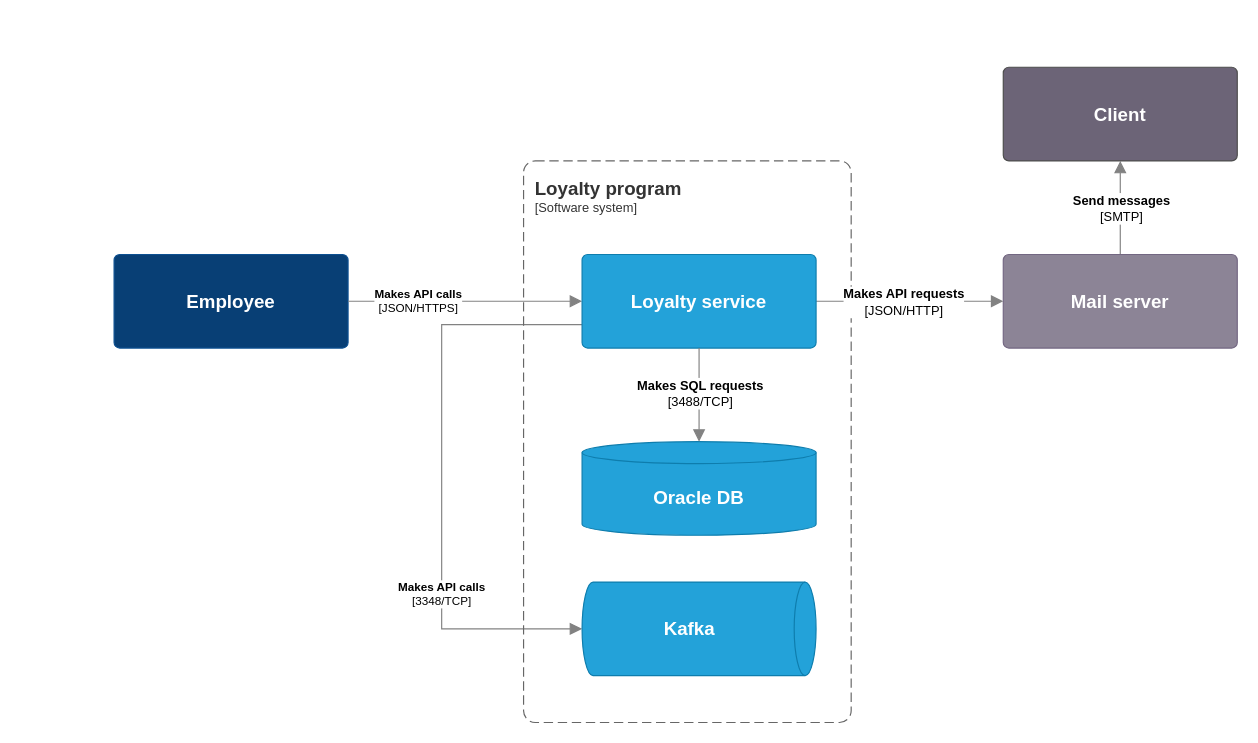
Above: page "minimal" (5 of 6) of c4.drawio in vadagama/c4-model-drawio-template (draw.io), before the change. Source tidied: cells renumbered, new cells numbered last; positions are measured from the earlier drawing's top-left corner, leaving out a move shared by most shapes. Both pictures are drawn from the tidied source at 117%, with x=0, y=0 at pixel (113, 67).
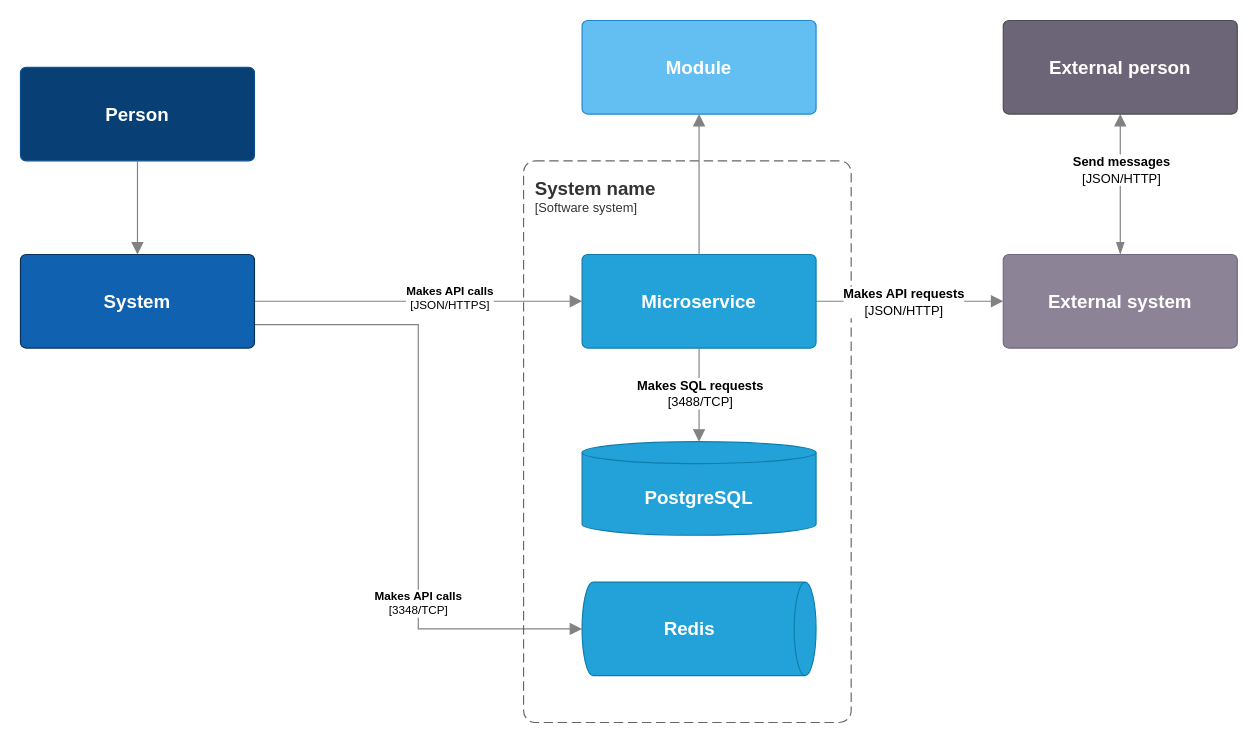
The same page after the edit.

Diff of the diagram source:
```diff
@@
-    <mxCell id="2" value="&lt;b&gt;Employee&lt;/b&gt;" style="rounded=1;whiteSpace=wrap;html=1;labelBackgroundColor=none;fillColor=#083F75;fontColor=#ffffff;align=center;arcSize=6;strokeColor=#0D5091;points=[[0.25,0,0],[0.5,0,0],[0.75,0,0],[1,0.25,0],[1,0.5,0],[1,0.75,0],[0.75,1,0],[0.5,1,0],[0.25,1,0],[0,0.75,0],[0,0.5,0],[0,0.25,0]];fontSize=16;fixedWidth=0;portConstraintRotation=0;" parent="1" vertex="1">
-      <mxGeometry y="160" width="200" height="80" as="geometry" />
+    <mxCell id="2" value="&lt;b&gt;Person&lt;/b&gt;" style="rounded=1;whiteSpace=wrap;html=1;labelBackgroundColor=none;fillColor=#083F75;fontColor=#ffffff;align=center;arcSize=6;strokeColor=#0D5091;points=[[0.25,0,0],[0.5,0,0],[0.75,0,0],[1,0.25,0],[1,0.5,0],[1,0.75,0],[0.75,1,0],[0.5,1,0],[0.25,1,0],[0,0.75,0],[0,0.5,0],[0,0.25,0]];fontSize=16;fixedWidth=0;portConstraintRotation=0;" parent="1" vertex="1">
+      <mxGeometry x="-80" width="200" height="80" as="geometry" />
     </mxCell>
     <object id="3" label="&lt;div style=&quot;text-align: left&quot;&gt;&lt;div style=&quot;text-align: center&quot;&gt;&lt;b&gt;&lt;font color=&quot;#000000&quot;&gt;%Description%&lt;/font&gt;&lt;/b&gt;&lt;/div&gt;&lt;div style=&quot;text-align: center&quot;&gt;&lt;font color=&quot;#000000&quot;&gt;[%Technology%]&lt;/font&gt;&lt;/div&gt;&lt;/div&gt;" Description="Makes API calls" Technology="JSON/HTTPS" placeholders="1">
-      <mxCell style="endArrow=block;html=1;fontSize=10;fontColor=#404040;strokeWidth=1;endFill=1;strokeColor=#828282;elbow=vertical;endSize=8;startSize=8;jumpStyle=arc;jumpSize=16;rounded=0;exitX=1;exitY=0.5;exitDx=0;exitDy=0;exitPerimeter=0;fontStyle=0;comic=0;entryX=0;entryY=0.5;entryDx=0;entryDy=0;entryPerimeter=0;" parent="1" edge="1" source="2" target="12">
-        <mxGeometry x="-0.4" relative="1" as="geometry" />
+      <mxCell style="endArrow=block;html=1;fontSize=10;fontColor=#404040;strokeWidth=1;endFill=1;strokeColor=#828282;elbow=vertical;endSize=8;startSize=8;jumpStyle=arc;jumpSize=16;rounded=0;exitX=1;exitY=0.5;exitDx=0;exitDy=0;exitPerimeter=0;fontStyle=0;comic=0;" parent="1" edge="1" source="17" target="12">
+        <mxGeometry x="0.19" y="3" relative="1" as="geometry" />
       </mxCell>
     </object>
     <object id="4" label="&lt;div style=&quot;text-align: left&quot;&gt;&lt;div style=&quot;text-align: center&quot;&gt;&lt;b&gt;&lt;font color=&quot;#000000&quot;&gt;%Description%&lt;/font&gt;&lt;/b&gt;&lt;/div&gt;&lt;div style=&quot;text-align: center&quot;&gt;&lt;font color=&quot;#000000&quot;&gt;[%Technology%]&lt;/font&gt;&lt;/div&gt;&lt;/div&gt;" Description="Makes API calls" Technology="3348/TCP" placeholders="1">
-      <mxCell style="endArrow=block;html=1;fontSize=10;fontColor=#404040;strokeWidth=1;endFill=1;strokeColor=#828282;endSize=8;startSize=8;jumpStyle=arc;jumpSize=16;rounded=0;edgeStyle=orthogonalEdgeStyle;entryX=0.5;entryY=1;entryDx=0;entryDy=0;entryPerimeter=0;fontStyle=0;comic=0;exitX=0;exitY=0.75;exitDx=0;exitDy=0;exitPerimeter=0;" parent="1" edge="1" source="12" target="14">
-        <mxGeometry x="0.4" relative="1" as="geometry">
-          <Array as="points">
-            <mxPoint x="280" y="220" />
-            <mxPoint x="280" y="480" />
-          </Array>
-        </mxGeometry>
+      <mxCell style="endArrow=block;html=1;fontSize=10;fontColor=#404040;strokeWidth=1;endFill=1;strokeColor=#828282;endSize=8;startSize=8;jumpStyle=arc;jumpSize=16;rounded=0;edgeStyle=orthogonalEdgeStyle;entryX=0.5;entryY=1;entryDx=0;entryDy=0;entryPerimeter=0;fontStyle=0;comic=0;exitX=1;exitY=0.75;exitDx=0;exitDy=0;exitPerimeter=0;" parent="1" edge="1" source="17" target="14">
+        <mxGeometry x="0.4" relative="1" as="geometry" />
       </mxCell>
     </object>
-    <object id="5" label="&lt;font style=&quot;font-size: 16px&quot;&gt;&lt;b&gt;&lt;div style=&quot;text-align: left&quot;&gt;%Name%&lt;/div&gt;&lt;/b&gt;&lt;/font&gt;&lt;div style=&quot;text-align: left&quot;&gt;[Software system]&lt;/div&gt;" Name="Loyalty program" placeholders="1">
+    <object id="5" label="&lt;font style=&quot;font-size: 16px&quot;&gt;&lt;b&gt;&lt;div style=&quot;text-align: left&quot;&gt;%Name%&lt;/div&gt;&lt;/b&gt;&lt;/font&gt;&lt;div style=&quot;text-align: left&quot;&gt;[Software system]&lt;/div&gt;" Name="System name" placeholders="1">
       <mxCell style="rounded=1;fontSize=11;whiteSpace=wrap;html=1;dashed=1;arcSize=20;fillColor=none;strokeColor=#666666;fontColor=#333333;labelBackgroundColor=none;align=left;verticalAlign=top;labelBorderColor=none;spacingTop=0;spacing=10;dashPattern=8 4;perimeter=rectanglePerimeter;noLabel=0;labelPadding=0;absoluteArcSize=1;" parent="1" vertex="1">
         <mxGeometry x="350" y="80" width="280" height="480" as="geometry" />
       </mxCell>
     </object>
-    <mxCell id="6" style="rounded=0;jettySize=auto;html=1;entryX=0.5;entryY=1;entryDx=0;entryDy=0;entryPerimeter=0;strokeColor=#828282;endArrow=block;endFill=1;endSize=8;startSize=8;exitX=0.5;exitY=0;exitDx=0;exitDy=0;exitPerimeter=0;startArrow=none;startFill=0;fontSize=10;fontColor=#404040;strokeWidth=1;fontStyle=0;comic=0;edgeStyle=orthogonalEdgeStyle;" parent="1" edge="1" source="8" target="11">
+    <mxCell id="6" style="rounded=0;jettySize=auto;html=1;entryX=0.5;entryY=1;entryDx=0;entryDy=0;entryPerimeter=0;strokeColor=#828282;endArrow=block;endFill=1;endSize=8;startSize=8;exitX=0.5;exitY=0;exitDx=0;exitDy=0;exitPerimeter=0;startArrow=blockThin;startFill=1;fontSize=10;fontColor=#404040;strokeWidth=1;fontStyle=0;comic=0;edgeStyle=orthogonalEdgeStyle;" parent="1" edge="1" source="8" target="11">
       <mxGeometry relative="1" as="geometry" />
     </mxCell>
-    <mxCell id="7" value="&lt;b&gt;Send messages&lt;/b&gt;&lt;br&gt;[SMTP]" style="edgeLabel;html=1;align=center;verticalAlign=middle;" parent="6" vertex="1">
+    <mxCell id="7" value="&lt;b&gt;Send messages&lt;/b&gt;&lt;br&gt;[JSON/HTTP]" style="edgeLabel;html=1;align=center;verticalAlign=middle;" parent="6" vertex="1">
       <mxGeometry x="0.21" y="1" relative="1" as="geometry">
-        <mxPoint x="1" y="8" as="offset" />
+        <mxPoint x="1" as="offset" />
       </mxGeometry>
     </mxCell>
-    <mxCell id="8" value="&lt;b style=&quot;border-color: var(--border-color);&quot;&gt;Mail server&lt;/b&gt;" style="rounded=1;whiteSpace=wrap;html=1;labelBackgroundColor=none;fillColor=#8C8496;fontColor=#ffffff;align=center;arcSize=6;strokeColor=#736782;points=[[0.25,0,0],[0.5,0,0],[0.75,0,0],[1,0.25,0],[1,0.5,0],[1,0.75,0],[0.75,1,0],[0.5,1,0],[0.25,1,0],[0,0.75,0],[0,0.5,0],[0,0.25,0]];fontSize=16;fixedWidth=0;portConstraintRotation=0;" parent="1" vertex="1">
+    <mxCell id="8" value="&lt;b style=&quot;border-color: var(--border-color);&quot;&gt;External system&lt;/b&gt;" style="rounded=1;whiteSpace=wrap;html=1;labelBackgroundColor=none;fillColor=#8C8496;fontColor=#ffffff;align=center;arcSize=6;strokeColor=#736782;points=[[0.25,0,0],[0.5,0,0],[0.75,0,0],[1,0.25,0],[1,0.5,0],[1,0.75,0],[0.75,1,0],[0.5,1,0],[0.25,1,0],[0,0.75,0],[0,0.5,0],[0,0.25,0]];fontSize=16;fixedWidth=0;portConstraintRotation=0;" parent="1" vertex="1">
       <mxGeometry x="760" y="160" width="200" height="80" as="geometry" />
     </mxCell>
@@
-    <mxCell id="11" value="&lt;b&gt;Client&lt;/b&gt;" style="rounded=1;whiteSpace=wrap;html=1;labelBackgroundColor=none;fillColor=#6C6477;fontColor=#ffffff;align=center;arcSize=6;strokeColor=#4D4D4D;points=[[0.25,0,0],[0.5,0,0],[0.75,0,0],[1,0.25,0],[1,0.5,0],[1,0.75,0],[0.75,1,0],[0.5,1,0],[0.25,1,0],[0,0.75,0],[0,0.5,0],[0,0.25,0]];fontSize=16;fixedWidth=0;portConstraintRotation=0;" parent="1" vertex="1">
-      <mxGeometry x="760" width="200" height="80" as="geometry" />
+    <mxCell id="11" value="&lt;b&gt;External person&lt;/b&gt;" style="rounded=1;whiteSpace=wrap;html=1;labelBackgroundColor=none;fillColor=#6C6477;fontColor=#ffffff;align=center;arcSize=6;strokeColor=#4D4D4D;points=[[0.25,0,0],[0.5,0,0],[0.75,0,0],[1,0.25,0],[1,0.5,0],[1,0.75,0],[0.75,1,0],[0.5,1,0],[0.25,1,0],[0,0.75,0],[0,0.5,0],[0,0.25,0]];fontSize=16;fixedWidth=0;portConstraintRotation=0;" parent="1" vertex="1">
+      <mxGeometry x="760" y="-40" width="200" height="80" as="geometry" />
     </mxCell>
-    <mxCell id="12" value="&lt;b style=&quot;border-color: var(--border-color);&quot;&gt;Loyalty service&lt;/b&gt;" style="rounded=1;whiteSpace=wrap;html=1;labelBackgroundColor=none;fillColor=#23A2D9;fontColor=#ffffff;align=center;arcSize=6;strokeColor=#0E7DAD;points=[[0.25,0,0],[0.5,0,0],[0.75,0,0],[1,0.25,0],[1,0.5,0],[1,0.75,0],[0.75,1,0],[0.5,1,0],[0.25,1,0],[0,0.75,0],[0,0.5,0],[0,0.25,0]];fontSize=16;fixedWidth=0;portConstraintRotation=0;" parent="1" vertex="1">
+    <mxCell id="12" value="&lt;b style=&quot;border-color: var(--border-color);&quot;&gt;Microservice&lt;/b&gt;" style="rounded=1;whiteSpace=wrap;html=1;labelBackgroundColor=none;fillColor=#23A2D9;fontColor=#ffffff;align=center;arcSize=6;strokeColor=#0E7DAD;points=[[0.25,0,0],[0.5,0,0],[0.75,0,0],[1,0.25,0],[1,0.5,0],[1,0.75,0],[0.75,1,0],[0.5,1,0],[0.25,1,0],[0,0.75,0],[0,0.5,0],[0,0.25,0]];fontSize=16;fixedWidth=0;portConstraintRotation=0;" parent="1" vertex="1">
       <mxGeometry x="400" y="160" width="200" height="80" as="geometry" />
     </mxCell>
-    <mxCell id="13" value="&lt;font color=&quot;#ffffff&quot;&gt;&lt;span style=&quot;font-size: 16px;&quot;&gt;&lt;b&gt;Oracle DB&lt;/b&gt;&lt;/span&gt;&lt;/font&gt;" style="shape=cylinder3;whiteSpace=wrap;html=1;boundedLbl=1;backgroundOutline=1;size=9.352912454044429;fillColor=#23A2D9;strokeColor=#0E7DAD;" parent="1" vertex="1">
+    <mxCell id="13" value="&lt;font color=&quot;#ffffff&quot;&gt;&lt;span style=&quot;font-size: 16px;&quot;&gt;&lt;b&gt;PostgreSQL&lt;/b&gt;&lt;/span&gt;&lt;/font&gt;" style="shape=cylinder3;whiteSpace=wrap;html=1;boundedLbl=1;backgroundOutline=1;size=9.352912454044429;fillColor=#23A2D9;strokeColor=#0E7DAD;" parent="1" vertex="1">
       <mxGeometry x="400" y="320" width="200" height="80" as="geometry" />
     </mxCell>
-    <mxCell id="14" value="&lt;font color=&quot;#ffffff&quot;&gt;&lt;span style=&quot;font-size: 16px;&quot;&gt;&lt;b&gt;Kafka&lt;/b&gt;&lt;/span&gt;&lt;/font&gt;" style="shape=cylinder3;whiteSpace=wrap;html=1;boundedLbl=1;backgroundOutline=1;size=9.352912454044429;fillColor=#23A2D9;strokeColor=#0E7DAD;direction=south;" parent="1" vertex="1">
+    <mxCell id="14" value="&lt;font color=&quot;#ffffff&quot;&gt;&lt;span style=&quot;font-size: 16px;&quot;&gt;&lt;b&gt;Redis&lt;/b&gt;&lt;/span&gt;&lt;/font&gt;" style="shape=cylinder3;whiteSpace=wrap;html=1;boundedLbl=1;backgroundOutline=1;size=9.352912454044429;fillColor=#23A2D9;strokeColor=#0E7DAD;direction=south;" parent="1" vertex="1">
       <mxGeometry x="400" y="440" width="200" height="80" as="geometry" />
     </mxCell>
@@
+    <mxCell id="17" value="&lt;b&gt;System&lt;/b&gt;" style="rounded=1;whiteSpace=wrap;html=1;labelBackgroundColor=none;fillColor=#1061B0;fontColor=#ffffff;align=center;arcSize=6;strokeColor=#06315C;points=[[0.25,0,0],[0.5,0,0],[0.75,0,0],[1,0.25,0],[1,0.5,0],[1,0.75,0],[0.75,1,0],[0.5,1,0],[0.25,1,0],[0,0.75,0],[0,0.5,0],[0,0.25,0]];fontSize=16;fixedWidth=0;portConstraintRotation=0;" parent="1" vertex="1">
+      <mxGeometry x="-80" y="160" width="200" height="80" as="geometry" />
+    </mxCell>
+    <mxCell id="18" value="&lt;b style=&quot;border-color: var(--border-color);&quot;&gt;Module&lt;/b&gt;" style="rounded=1;whiteSpace=wrap;html=1;labelBackgroundColor=none;fillColor=#63BEF2;fontColor=#ffffff;align=center;arcSize=6;strokeColor=#2086C9;points=[[0.25,0,0],[0.5,0,0],[0.75,0,0],[1,0.25,0],[1,0.5,0],[1,0.75,0],[0.75,1,0],[0.5,1,0],[0.25,1,0],[0,0.75,0],[0,0.5,0],[0,0.25,0]];fontSize=16;fixedWidth=0;portConstraintRotation=0;" parent="1" vertex="1">
+      <mxGeometry x="400" y="-40" width="200" height="80" as="geometry" />
+    </mxCell>
+    <mxCell id="19" style="rounded=0;jettySize=auto;html=1;strokeColor=#828282;endArrow=block;endFill=1;endSize=8;startSize=8;exitX=0.5;exitY=0;exitDx=0;exitDy=0;exitPerimeter=0;entryX=0.5;entryY=1;entryDx=0;entryDy=0;entryPerimeter=0;fontSize=10;fontColor=#404040;strokeWidth=1;fontStyle=0;comic=0;edgeStyle=orthogonalEdgeStyle;" parent="1" edge="1" source="12" target="18">
+      <mxGeometry relative="1" as="geometry" />
+    </mxCell>
+    <mxCell id="20" style="edgeStyle=orthogonalEdgeStyle;rounded=0;jettySize=auto;html=1;entryX=0.5;entryY=0;entryDx=0;entryDy=0;entryPerimeter=0;endArrow=block;strokeColor=#828282;endFill=1;endSize=8;startSize=8;fontSize=10;fontColor=#404040;strokeWidth=1;fontStyle=0;comic=0;" parent="1" edge="1" source="2" target="17">
+      <mxGeometry relative="1" as="geometry" />
+    </mxCell>
```
